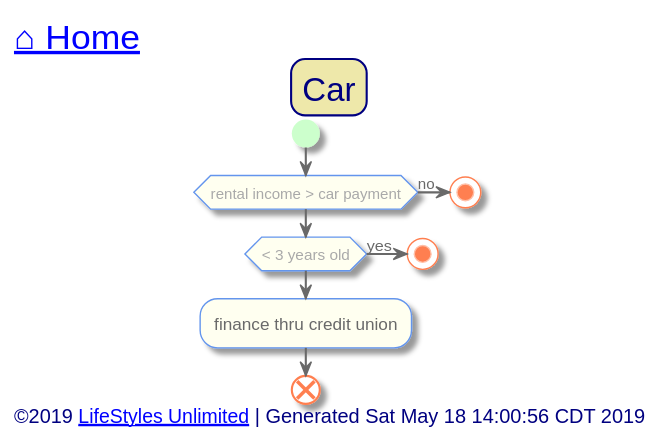
Above: out/src/unlimited-lifestyle/car.svg in toddmo/lifestylesunlimited (PlantUML), before the change.
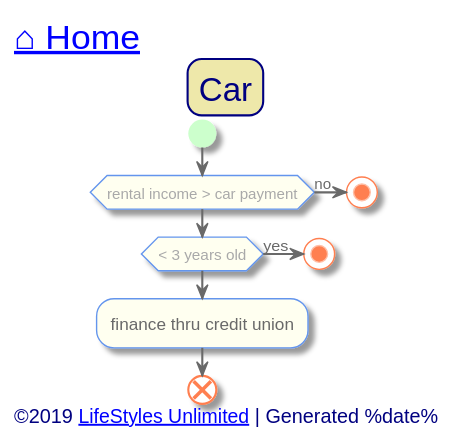
Later version of the same file.

Change to the diagram source:
```diff
@@ -98,7 +98,7 @@
 
 
 left footer
-	<font size=14>©2019 [[http://www.lifestylesunlimited.com LifeStyles Unlimited]] | Generated Sat May 18 14:00:56 CDT 2019</font>
+	<font size=14>©2019 [[http://www.lifestylesunlimited.com LifeStyles Unlimited]] | Generated %date%</font>
 endfooter
 
 
```
